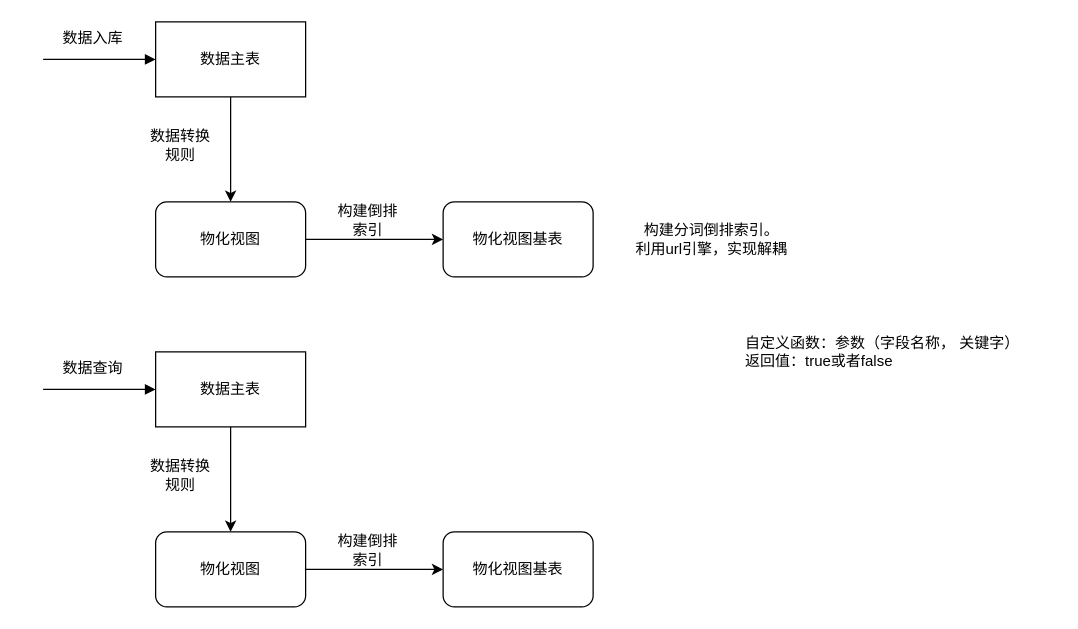
zcw5116/drawIO keeps this draw.io diagram as page "第 3 页" (3 of 3) of dame2024/zl.drawio. Above is the earlier version. Source tidied: cells renumbered, new cells numbered last; positions are measured from the earlier drawing's top-left corner, leaving out a move shared by most shapes. Both pictures are drawn from the tidied source at 125%, with x=0, y=0 at pixel (42, 21).
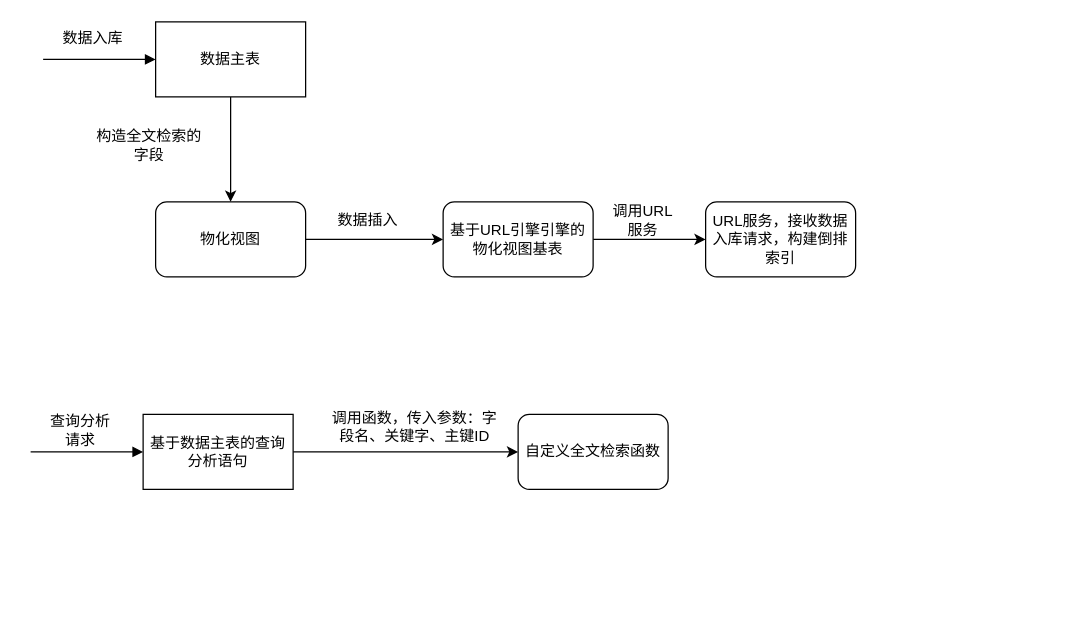
Above is the later version.

Change to the diagram source:
```diff
@@
-    <mxCell id="7" value="构建分词倒排索引。&lt;div&gt;利用url引擎，实现解耦&lt;/div&gt;" style="text;html=1;align=center;verticalAlign=middle;whiteSpace=wrap;rounded=0;" parent="1" vertex="1">
-      <mxGeometry x="470" y="159" width="130" height="30" as="geometry" />
-    </mxCell>
-    <mxCell id="8" value="自定义函数：参数（字段名称， 关键字）&lt;div&gt;返回值：true或者false&lt;/div&gt;" style="text;html=1;align=left;verticalAlign=middle;whiteSpace=wrap;rounded=0;" parent="1" vertex="1">
-      <mxGeometry x="560" y="234" width="250" height="60" as="geometry" />
-    </mxCell>
+    <mxCell id="22" style="edgeStyle=orthogonalEdgeStyle;rounded=0;jettySize=auto;html=1;entryX=0;entryY=0.5;entryDx=0;entryDy=0;" parent="1" edge="1" source="9" target="25">
+      <mxGeometry relative="1" as="geometry" />
+    </mxCell>
-    <mxCell id="9" value="物化视图基表" style="rounded=1;whiteSpace=wrap;html=1;" parent="1" vertex="1">
+    <mxCell id="9" value="基于URL引擎引擎的物化视图基表" style="rounded=1;whiteSpace=wrap;html=1;" parent="1" vertex="1">
       <mxGeometry x="320" y="144" width="120" height="60" as="geometry" />
     </mxCell>
@@
-    <mxCell id="11" value="数据转换规则" style="text;html=1;align=center;verticalAlign=middle;whiteSpace=wrap;rounded=0;" parent="1" vertex="1">
-      <mxGeometry x="80" y="84" width="60" height="30" as="geometry" />
+    <mxCell id="11" value="构造全文检索的字段" style="text;html=1;align=center;verticalAlign=middle;whiteSpace=wrap;rounded=0;" parent="1" vertex="1">
+      <mxGeometry x="40" y="84" width="90" height="30" as="geometry" />
     </mxCell>
-    <mxCell id="12" value="构建倒排索引" style="text;html=1;align=center;verticalAlign=middle;whiteSpace=wrap;rounded=0;" parent="1" vertex="1">
+    <mxCell id="12" value="数据插入" style="text;html=1;align=center;verticalAlign=middle;whiteSpace=wrap;rounded=0;" parent="1" vertex="1">
       <mxGeometry x="230" y="144" width="60" height="30" as="geometry" />
     </mxCell>
-    <mxCell id="13" style="edgeStyle=orthogonalEdgeStyle;rounded=0;jettySize=auto;html=1;" parent="1" edge="1" source="15" target="17">
-      <mxGeometry relative="1" as="geometry" />
-    </mxCell>
     <mxCell id="14" style="edgeStyle=orthogonalEdgeStyle;rounded=0;jettySize=auto;html=1;startArrow=block;startFill=1;endArrow=none;endFill=0;" parent="1" edge="1" source="15">
       <mxGeometry relative="1" as="geometry">
-        <mxPoint y="294" as="targetPoint" />
+        <mxPoint x="-10" y="344" as="targetPoint" />
       </mxGeometry>
     </mxCell>
+    <mxCell id="23" style="edgeStyle=orthogonalEdgeStyle;rounded=0;jettySize=auto;html=1;entryX=0;entryY=0.5;entryDx=0;entryDy=0;" parent="1" edge="1" source="15" target="24">
+      <mxGeometry relative="1" as="geometry" />
+    </mxCell>
-    <mxCell id="15" value="数据主表" style="rounded=0;whiteSpace=wrap;html=1;" parent="1" vertex="1">
-      <mxGeometry x="90" y="264" width="120" height="60" as="geometry" />
+    <mxCell id="15" value="基于数据主表的查询分析语句" style="rounded=0;whiteSpace=wrap;html=1;" parent="1" vertex="1">
+      <mxGeometry x="80" y="314" width="120" height="60" as="geometry" />
     </mxCell>
-    <mxCell id="16" style="edgeStyle=orthogonalEdgeStyle;rounded=0;jettySize=auto;html=1;" parent="1" edge="1" source="17" target="18">
-      <mxGeometry relative="1" as="geometry" />
-    </mxCell>
-    <mxCell id="17" value="物化视图" style="rounded=1;whiteSpace=wrap;html=1;" parent="1" vertex="1">
-      <mxGeometry x="90" y="408" width="120" height="60" as="geometry" />
-    </mxCell>
-    <mxCell id="18" value="物化视图基表" style="rounded=1;whiteSpace=wrap;html=1;" parent="1" vertex="1">
-      <mxGeometry x="320" y="408" width="120" height="60" as="geometry" />
-    </mxCell>
-    <mxCell id="19" value="数据查询" style="text;html=1;align=center;verticalAlign=middle;whiteSpace=wrap;rounded=0;" parent="1" vertex="1">
-      <mxGeometry x="10" y="265" width="60" height="24" as="geometry" />
+    <mxCell id="19" value="查询分析请求" style="text;html=1;align=center;verticalAlign=middle;whiteSpace=wrap;rounded=0;" parent="1" vertex="1">
+      <mxGeometry y="315" width="60" height="24" as="geometry" />
     </mxCell>
-    <mxCell id="20" value="数据转换规则" style="text;html=1;align=center;verticalAlign=middle;whiteSpace=wrap;rounded=0;" parent="1" vertex="1">
-      <mxGeometry x="80" y="348" width="60" height="30" as="geometry" />
-    </mxCell>
-    <mxCell id="21" value="构建倒排索引" style="text;html=1;align=center;verticalAlign=middle;whiteSpace=wrap;rounded=0;" parent="1" vertex="1">
-      <mxGeometry x="230" y="408" width="60" height="30" as="geometry" />
-    </mxCell>
+    <mxCell id="24" value="自定义全文检索函数" style="rounded=1;whiteSpace=wrap;html=1;" parent="1" vertex="1">
+      <mxGeometry x="380" y="314" width="120" height="60" as="geometry" />
+    </mxCell>
+    <mxCell id="25" value="URL服务，接收数据入库请求，构建倒排索引" style="rounded=1;whiteSpace=wrap;html=1;" parent="1" vertex="1">
+      <mxGeometry x="530" y="144" width="120" height="60" as="geometry" />
+    </mxCell>
+    <mxCell id="26" value="调用URL服务" style="text;html=1;align=center;verticalAlign=middle;whiteSpace=wrap;rounded=0;" parent="1" vertex="1">
+      <mxGeometry x="450" y="144" width="60" height="30" as="geometry" />
+    </mxCell>
+    <mxCell id="27" value="调用函数，传入参数：字段名、关键字、主键ID" style="text;html=1;align=center;verticalAlign=middle;whiteSpace=wrap;rounded=0;" parent="1" vertex="1">
+      <mxGeometry x="230" y="309" width="135" height="30" as="geometry" />
+    </mxCell>
```
